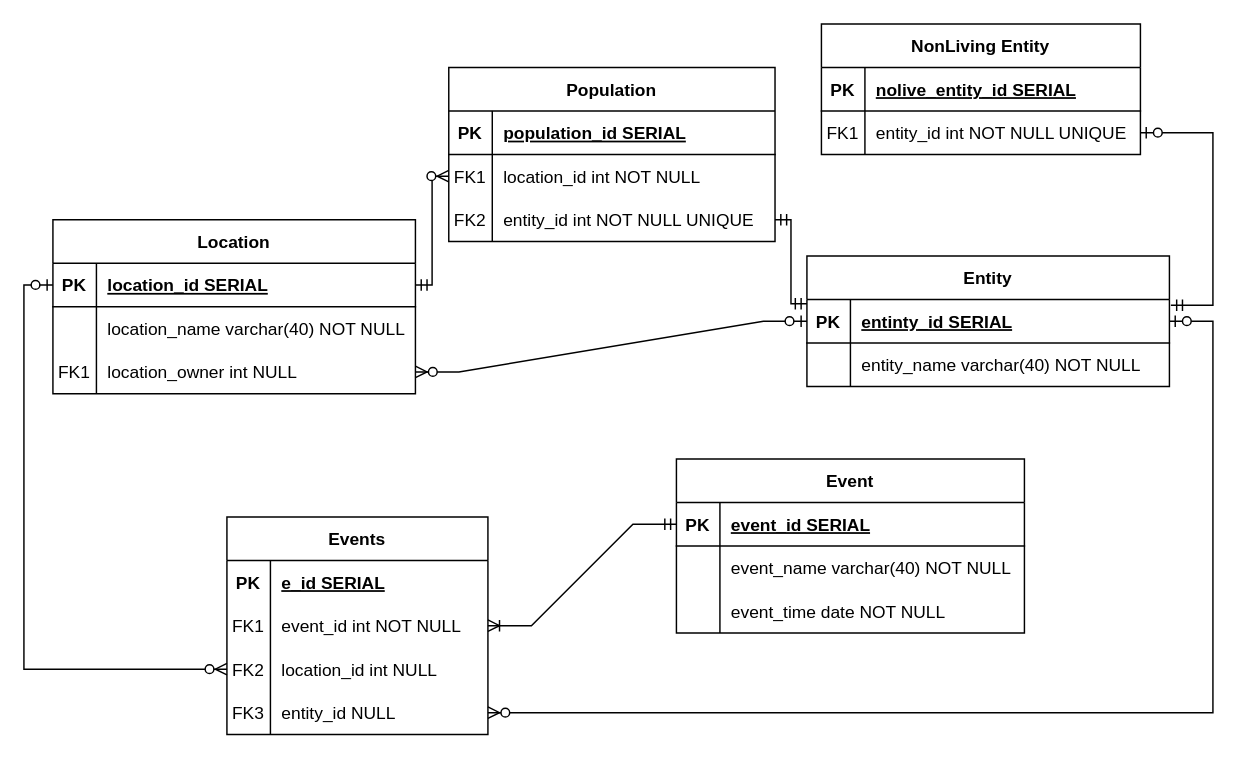
Before: datalogical_model.drawio in Zerumi/bd1_180223_367837, a draw.io diagram. Source tidied: cells renumbered, new cells numbered last; positions are measured from the earlier drawing's top-left corner, leaving out a move shared by most shapes. Both pictures are drawn from the tidied source at 145%, with x=0, y=0 at pixel (23, 23).
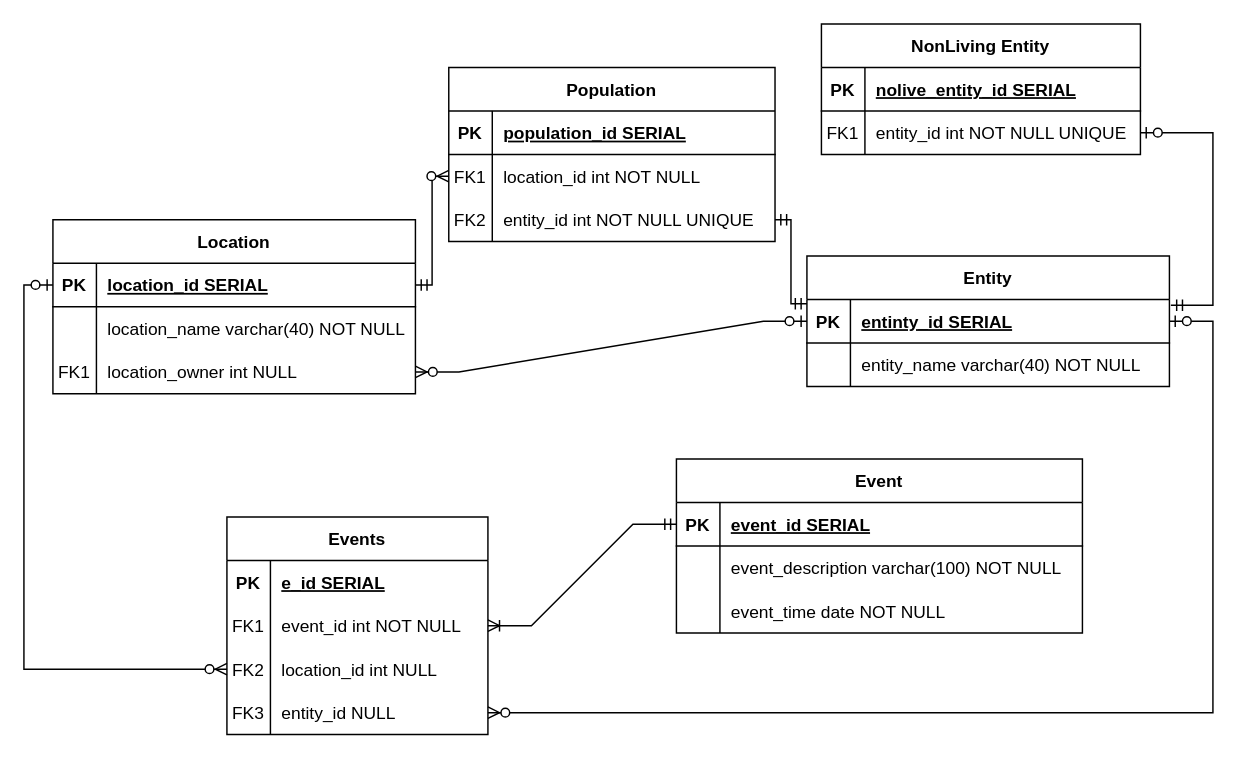
The same page after the edit.

Change to the diagram source:
```diff
@@
     <mxCell id="42" value="Event" style="shape=table;startSize=30;childLayout=tableLayout;rowLines=0;fontStyle=1;align=center;" parent="1" vertex="1">
-      <mxGeometry x="450" y="300" width="240" height="120" as="geometry" />
+      <mxGeometry x="450" y="300" width="280" height="120" as="geometry" />
     </mxCell>
     <mxCell id="43" style="shape=tableRow;horizontal=0;startSize=0;swimlaneHead=0;swimlaneBody=0;fillColor=none;points=[[0,0.5],[1,0.5]];portConstraint=eastwest;top=0;left=0;right=0;bottom=1;" parent="42" vertex="1">
-      <mxGeometry y="30" width="240" height="30" as="geometry" />
+      <mxGeometry y="30" width="280" height="30" as="geometry" />
     </mxCell>
@@
     <mxCell id="45" value="event_id SERIAL" style="shape=partialRectangle;fillColor=none;top=0;left=0;bottom=0;right=0;align=left;spacingLeft=6;fontStyle=5;overflow=hidden;" parent="43" vertex="1">
-      <mxGeometry x="30" width="210" height="30" as="geometry" />
+      <mxGeometry x="30" width="250" height="30" as="geometry" />
     </mxCell>
     <mxCell id="46" style="shape=tableRow;horizontal=0;startSize=0;swimlaneHead=0;swimlaneBody=0;fillColor=none;top=0;left=0;right=0;bottom=0;" parent="42" vertex="1">
-      <mxGeometry y="60" width="240" height="30" as="geometry" />
+      <mxGeometry y="60" width="280" height="30" as="geometry" />
     </mxCell>
@@
-    <mxCell id="48" value="event_name varchar(40) NOT NULL" style="shape=partialRectangle;fillColor=none;top=0;left=0;bottom=0;right=0;align=left;spacingLeft=6;overflow=hidden;" parent="46" vertex="1">
-      <mxGeometry x="30" width="210" height="30" as="geometry" />
+    <mxCell id="48" value="event_description varchar(100) NOT NULL" style="shape=partialRectangle;fillColor=none;top=0;left=0;bottom=0;right=0;align=left;spacingLeft=6;overflow=hidden;" parent="46" vertex="1">
+      <mxGeometry x="30" width="250" height="30" as="geometry" />
     </mxCell>
     <mxCell id="49" style="shape=tableRow;horizontal=0;startSize=0;swimlaneHead=0;swimlaneBody=0;fillColor=none;top=0;left=0;right=0;bottom=0;" parent="42" vertex="1">
-      <mxGeometry y="90" width="240" height="30" as="geometry" />
+      <mxGeometry y="90" width="280" height="30" as="geometry" />
     </mxCell>
@@
     <mxCell id="51" value="event_time date NOT NULL" style="shape=partialRectangle;fillColor=none;top=0;left=0;bottom=0;right=0;align=left;spacingLeft=6;overflow=hidden;" parent="49" vertex="1">
-      <mxGeometry x="30" width="210" height="30" as="geometry" />
+      <mxGeometry x="30" width="250" height="30" as="geometry" />
     </mxCell>
```
